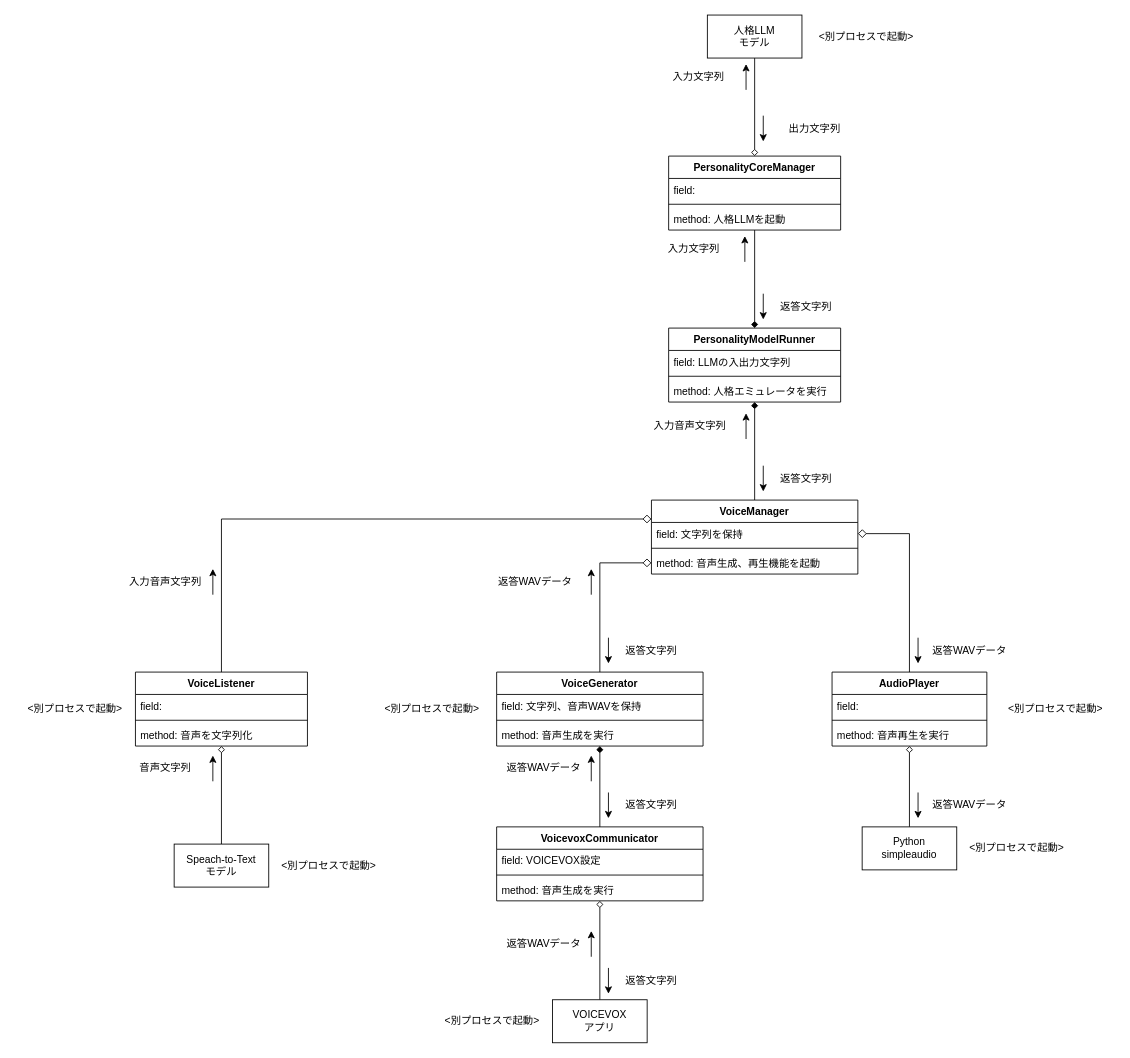
Earlier version of the draw.io diagram page "概要クラス図_現状" (3 of 3) of document/system/architecture.drawio (CodeneAria/PersonalityEmulator). Source tidied: cells renumbered, new cells numbered last; positions are measured from the earlier drawing's top-left corner, leaving out a move shared by most shapes. Both pictures are drawn from the tidied source at 86%, with x=0, y=0 at pixel (15, 15).
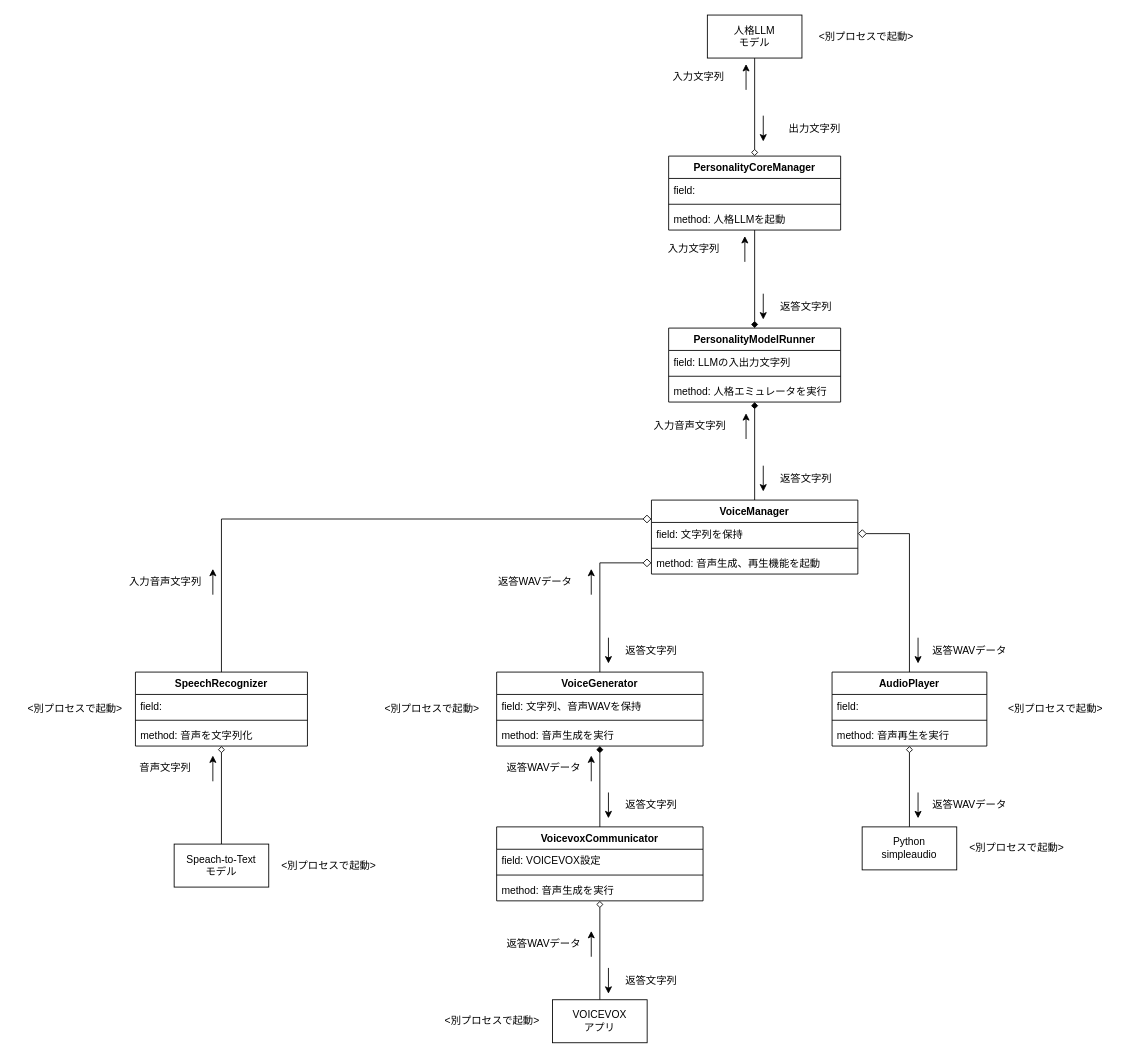
Above is the later version.

Commit message (it also covers changes not shown here):
Enhance: adjust compute type based on device selection in SpeechRecognizer

Diff of the diagram source:
```diff
@@
-    <mxCell id="66" value="VoiceListener" style="swimlane;fontStyle=1;align=center;verticalAlign=top;horizontal=1;startSize=26;whiteSpace=wrap;html=1;" parent="1" vertex="1">
+    <mxCell id="66" value="SpeechRecognizer" style="swimlane;fontStyle=1;align=center;verticalAlign=top;horizontal=1;startSize=26;whiteSpace=wrap;html=1;" parent="1" vertex="1">
       <mxGeometry x="140" y="764" width="200" height="86" as="geometry" />
     </mxCell>
```
